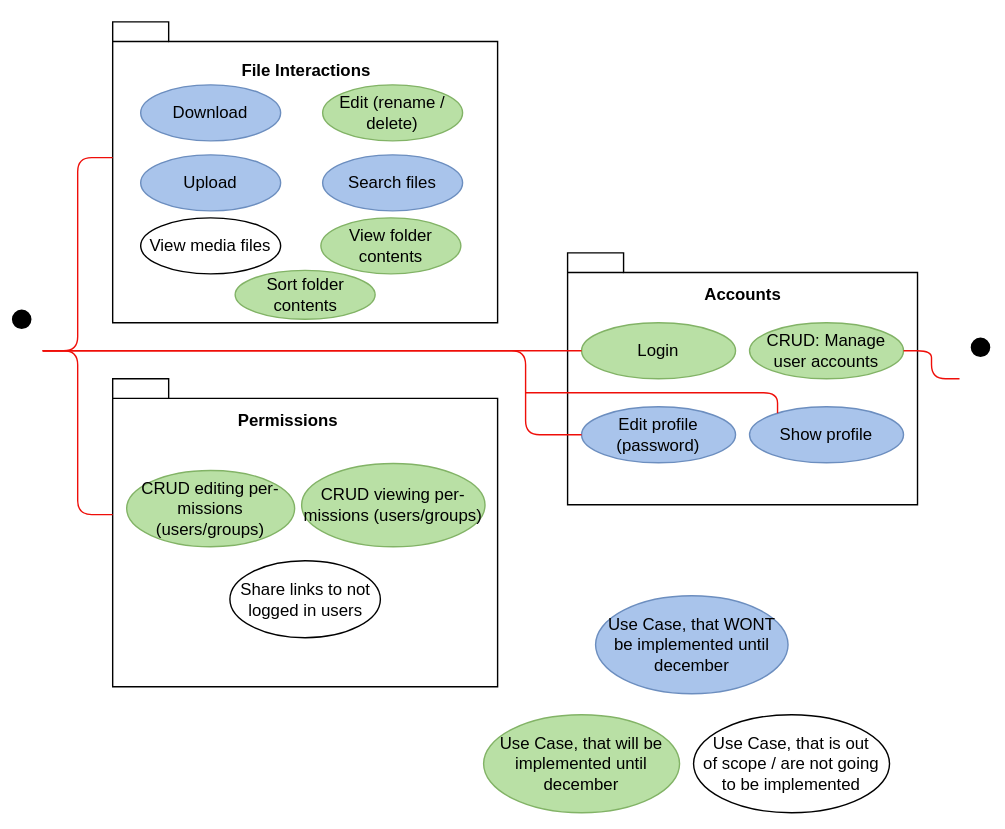
Earlier version of the draw.io export assets/diagrams/usecases.svg (FileFighter/filefighter.github.io). Source tidied: cells renumbered, new cells last; positions are measured from the earlier drawing's top-left corner, leaving out a move shared by most shapes. Its diagram source:
```xml
<mxGraphModel>
  <root>
    <mxCell id="0" />
    <mxCell id="1" parent="0" />
    <mxCell id="2" style="rounded=0;whiteSpace=wrap;html=1;fillColor=none;strokeColor=#FFFFFF;" parent="1" vertex="1">
      <mxGeometry x="45" width="630" height="590" as="geometry" />
    </mxCell>
    <mxCell id="3" value="&lt;font color=&quot;#ffffff&quot;&gt;User&lt;/font&gt;" style="shape=umlActor;verticalLabelPosition=bottom;verticalAlign=top;html=1;strokeColor=#FFFFFF;fillColor=#000000;" parent="1" vertex="1">
      <mxGeometry y="220" width="30" height="60" as="geometry" />
    </mxCell>
    <mxCell id="4" style="shape=folder;fontStyle=1;spacingTop=10;tabWidth=40;tabHeight=14;tabPosition=left;html=1;" parent="1" vertex="1">
      <mxGeometry x="80" y="15" width="275" height="215" as="geometry" />
    </mxCell>
    <mxCell id="5" value="&lt;b&gt;File Interactions&lt;/b&gt;" style="text;html=1;align=center;verticalAlign=middle;" parent="1" vertex="1">
      <mxGeometry x="162.5" y="40" width="110" height="20" as="geometry" />
    </mxCell>
    <mxCell id="6" style="shape=folder;fontStyle=1;spacingTop=10;tabWidth=40;tabHeight=14;tabPosition=left;html=1;" parent="1" vertex="1">
      <mxGeometry x="80" y="270" width="275" height="220" as="geometry" />
    </mxCell>
    <mxCell id="7" value="Permissions" style="text;html=1;align=center;verticalAlign=middle;fontStyle=1;" parent="1" vertex="1">
      <mxGeometry x="160" y="290" width="90" height="20" as="geometry" />
    </mxCell>
    <mxCell id="8" style="shape=folder;fontStyle=1;spacingTop=10;tabWidth=40;tabHeight=14;tabPosition=left;html=1;" parent="1" vertex="1">
      <mxGeometry x="405" y="180" width="250" height="180" as="geometry" />
    </mxCell>
    <mxCell id="9" value="Accounts" style="text;html=1;align=center;verticalAlign=middle;fontStyle=1;" parent="1" vertex="1">
      <mxGeometry x="495" y="200" width="70" height="20" as="geometry" />
    </mxCell>
    <mxCell id="10" value="Download" style="ellipse;whiteSpace=wrap;html=1;strokeColor=#6c8ebf;fillColor=#A9C4EB;" parent="1" vertex="1">
      <mxGeometry x="100" y="60" width="100" height="40" as="geometry" />
    </mxCell>
    <mxCell id="11" value="View folder contents" style="ellipse;whiteSpace=wrap;html=1;strokeColor=#82b366;fillColor=#B9E0A5;" parent="1" vertex="1">
      <mxGeometry x="228.8" y="155" width="100" height="40" as="geometry" />
    </mxCell>
    <mxCell id="12" value="Edit (rename / delete)" style="ellipse;whiteSpace=wrap;html=1;strokeColor=#82b366;fillColor=#B9E0A5;" parent="1" vertex="1">
      <mxGeometry x="230" y="60" width="100" height="40" as="geometry" />
    </mxCell>
    <mxCell id="13" value="CRUD editing per-missions (users/groups)" style="ellipse;whiteSpace=wrap;html=1;strokeColor=#82b366;fillColor=#B9E0A5;" parent="1" vertex="1">
      <mxGeometry x="90" y="335.4" width="120" height="54.5" as="geometry" />
    </mxCell>
    <mxCell id="14" value="&lt;font color=&quot;#ffffff&quot;&gt;Admin&lt;/font&gt;" style="shape=umlActor;verticalLabelPosition=bottom;verticalAlign=top;html=1;fillColor=#000000;strokeColor=#FFFFFF;" parent="1" vertex="1">
      <mxGeometry x="685" y="240" width="30" height="60" as="geometry" />
    </mxCell>
    <mxCell id="15" value="View media files" style="ellipse;whiteSpace=wrap;html=1;" parent="1" vertex="1">
      <mxGeometry x="100" y="155" width="100" height="40" as="geometry" />
    </mxCell>
    <mxCell id="16" value="CRUD&amp;nbsp;viewing per-missions (users/groups)" style="ellipse;whiteSpace=wrap;html=1;strokeColor=#82b366;fillColor=#B9E0A5;" parent="1" vertex="1">
      <mxGeometry x="215" y="330.4" width="131" height="59.5" as="geometry" />
    </mxCell>
    <mxCell id="17" value="Login" style="ellipse;whiteSpace=wrap;html=1;strokeColor=#82b366;fillColor=#B9E0A5;" parent="1" vertex="1">
      <mxGeometry x="415" y="230" width="110" height="40" as="geometry" />
    </mxCell>
    <mxCell id="18" value="Edit profile (password)" style="ellipse;whiteSpace=wrap;html=1;strokeColor=#6c8ebf;fillColor=#A9C4EB;" parent="1" vertex="1">
      <mxGeometry x="415" y="290" width="110" height="40" as="geometry" />
    </mxCell>
    <mxCell id="19" value="Show profile" style="ellipse;whiteSpace=wrap;html=1;strokeColor=#6c8ebf;fillColor=#A9C4EB;" parent="1" vertex="1">
      <mxGeometry x="535" y="290" width="110" height="40" as="geometry" />
    </mxCell>
    <mxCell id="20" value="CRUD: Manage user accounts" style="ellipse;whiteSpace=wrap;html=1;strokeColor=#82b366;fillColor=#B9E0A5;" parent="1" vertex="1">
      <mxGeometry x="535" y="230" width="110" height="40" as="geometry" />
    </mxCell>
    <mxCell id="21" style="endArrow=none;html=1;edgeStyle=orthogonalEdgeStyle;entryX=0;entryY=0;entryDx=0;entryDy=97;entryPerimeter=0;strokeColor=#ef0e09;" parent="1" edge="1" source="3" target="4">
      <mxGeometry relative="1" as="geometry" />
    </mxCell>
    <mxCell id="22" style="endArrow=none;html=1;edgeStyle=orthogonalEdgeStyle;entryX=0;entryY=0;entryDx=0;entryDy=97;entryPerimeter=0;strokeColor=#ef0e09;" parent="1" edge="1" target="6">
      <mxGeometry relative="1" as="geometry">
        <mxPoint x="30" y="250" as="sourcePoint" />
      </mxGeometry>
    </mxCell>
    <mxCell id="23" style="endArrow=none;html=1;edgeStyle=orthogonalEdgeStyle;strokeColor=#ef0e09;" parent="1" edge="1" source="3" target="17">
      <mxGeometry relative="1" as="geometry" />
    </mxCell>
    <mxCell id="24" style="endArrow=none;html=1;edgeStyle=orthogonalEdgeStyle;strokeColor=#ef0e09;" parent="1" edge="1" source="3" target="18">
      <mxGeometry relative="1" as="geometry">
        <Array as="points">
          <mxPoint x="375" y="250" />
          <mxPoint x="375" y="310" />
        </Array>
      </mxGeometry>
    </mxCell>
    <mxCell id="25" value="Use Case, that will be implemented until december" style="ellipse;whiteSpace=wrap;html=1;strokeColor=#82b366;fillColor=#B9E0A5;" parent="1" vertex="1">
      <mxGeometry x="345" y="510" width="140" height="70" as="geometry" />
    </mxCell>
    <mxCell id="26" value="&lt;b&gt;&lt;font color=&quot;#ffffff&quot;&gt;LEGEND:&lt;/font&gt;&lt;/b&gt;" style="text;html=1;align=center;verticalAlign=middle;" parent="1" vertex="1">
      <mxGeometry x="458.8" y="385" width="70" height="20" as="geometry" />
    </mxCell>
    <mxCell id="27" value="Use Case, that WONT&lt;br&gt;be implemented until december" style="ellipse;whiteSpace=wrap;html=1;strokeColor=#6c8ebf;fillColor=#A9C4EB;" parent="1" vertex="1">
      <mxGeometry x="425" y="425" width="137.5" height="70" as="geometry" />
    </mxCell>
    <mxCell id="28" value="Use Case, that is out &lt;br&gt;of scope / are not going to be implemented" style="ellipse;whiteSpace=wrap;html=1;" parent="1" vertex="1">
      <mxGeometry x="495" y="510" width="140" height="70" as="geometry" />
    </mxCell>
    <mxCell id="29" style="endArrow=none;html=1;edgeStyle=orthogonalEdgeStyle;strokeColor=#ef0e09;" parent="1" edge="1" target="20">
      <mxGeometry relative="1" as="geometry">
        <mxPoint x="685" y="270" as="sourcePoint" />
      </mxGeometry>
    </mxCell>
    <mxCell id="30" style="endArrow=none;html=1;edgeStyle=orthogonalEdgeStyle;strokeColor=#ef0e09;" parent="1" edge="1" target="19">
      <mxGeometry relative="1" as="geometry">
        <mxPoint x="375" y="280" as="sourcePoint" />
        <Array as="points">
          <mxPoint x="555" y="280" />
        </Array>
      </mxGeometry>
    </mxCell>
    <mxCell id="31" value="Share links to not logged in users" style="ellipse;whiteSpace=wrap;html=1;" parent="1" vertex="1">
      <mxGeometry x="163.8" y="400" width="107.5" height="55" as="geometry" />
    </mxCell>
    <mxCell id="32" value="Upload" style="ellipse;whiteSpace=wrap;html=1;strokeColor=#6c8ebf;fillColor=#A9C4EB;" parent="1" vertex="1">
      <mxGeometry x="100" y="110" width="100" height="40" as="geometry" />
    </mxCell>
    <mxCell id="33" value="Search files" style="ellipse;whiteSpace=wrap;html=1;strokeColor=#6c8ebf;fillColor=#A9C4EB;" parent="1" vertex="1">
      <mxGeometry x="230" y="110" width="100" height="40" as="geometry" />
    </mxCell>
    <mxCell id="34" value="Sort folder contents" style="ellipse;whiteSpace=wrap;html=1;strokeColor=#82b366;fillColor=#B9E0A5;" parent="1" vertex="1">
      <mxGeometry x="167.5" y="192.5" width="100" height="35" as="geometry" />
    </mxCell>
    <mxCell id="35" style="edgeStyle=orthogonalEdgeStyle;rounded=0;orthogonalLoop=1;jettySize=auto;html=1;exitX=0.5;exitY=1;exitDx=0;exitDy=0;exitPerimeter=0;" parent="1" edge="1" source="6" target="6">
      <mxGeometry relative="1" as="geometry" />
    </mxCell>
    <mxCell id="36" style="edgeStyle=orthogonalEdgeStyle;rounded=0;orthogonalLoop=1;jettySize=auto;html=1;exitX=0.5;exitY=1;exitDx=0;exitDy=0;exitPerimeter=0;" parent="1" edge="1" source="6" target="6">
      <mxGeometry relative="1" as="geometry" />
    </mxCell>
  </root>
</mxGraphModel>
```
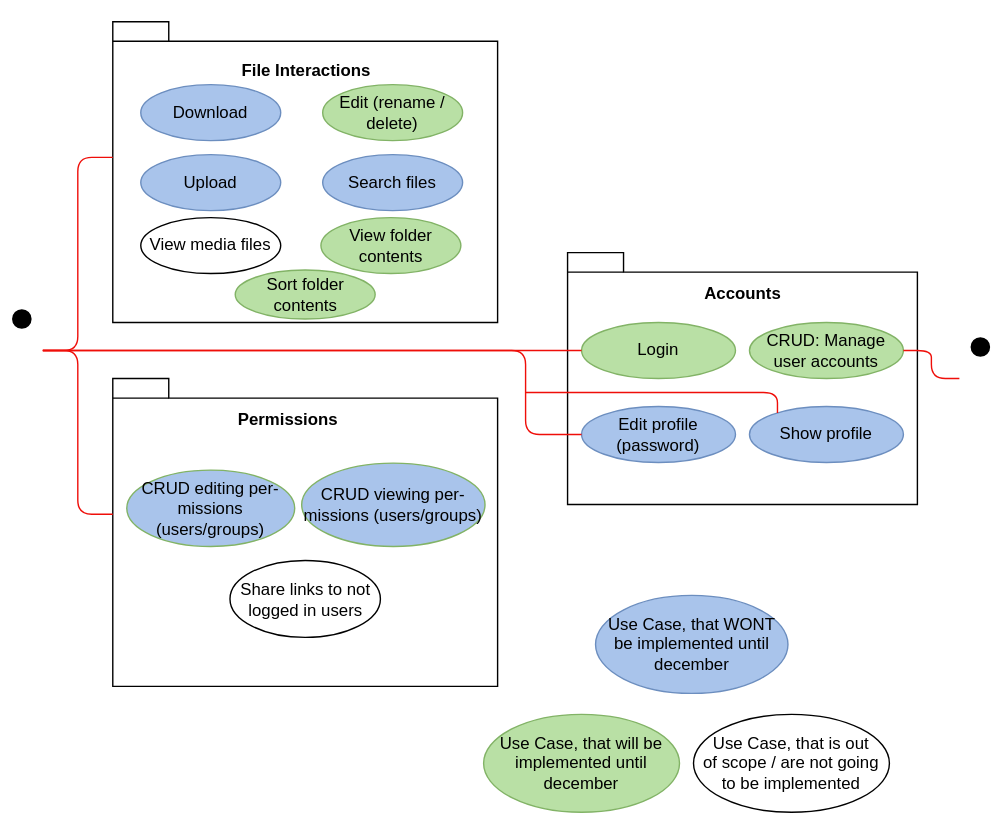
After the commit.

What changed in the source:
```diff
@@ -35,7 +35,7 @@
     <mxCell id="12" value="Edit (rename / delete)" style="ellipse;whiteSpace=wrap;html=1;strokeColor=#82b366;fillColor=#B9E0A5;" parent="1" vertex="1">
       <mxGeometry x="230" y="60" width="100" height="40" as="geometry" />
     </mxCell>
-    <mxCell id="13" value="CRUD editing per-missions (users/groups)" style="ellipse;whiteSpace=wrap;html=1;strokeColor=#82b366;fillColor=#B9E0A5;" parent="1" vertex="1">
+    <mxCell id="13" value="CRUD editing per-missions (users/groups)" style="ellipse;whiteSpace=wrap;html=1;strokeColor=#82b366;fillColor=#A9C4EB;" parent="1" vertex="1">
       <mxGeometry x="90" y="335.4" width="120" height="54.5" as="geometry" />
     </mxCell>
     <mxCell id="14" value="&lt;font color=&quot;#ffffff&quot;&gt;Admin&lt;/font&gt;" style="shape=umlActor;verticalLabelPosition=bottom;verticalAlign=top;html=1;fillColor=#000000;strokeColor=#FFFFFF;" parent="1" vertex="1">
@@ -44,7 +44,7 @@
     <mxCell id="15" value="View media files" style="ellipse;whiteSpace=wrap;html=1;" parent="1" vertex="1">
       <mxGeometry x="100" y="155" width="100" height="40" as="geometry" />
     </mxCell>
-    <mxCell id="16" value="CRUD&amp;nbsp;viewing per-missions (users/groups)" style="ellipse;whiteSpace=wrap;html=1;strokeColor=#82b366;fillColor=#B9E0A5;" parent="1" vertex="1">
+    <mxCell id="16" value="CRUD&amp;nbsp;viewing per-missions (users/groups)" style="ellipse;whiteSpace=wrap;html=1;strokeColor=#82b366;fillColor=#A9C4EB;" parent="1" vertex="1">
       <mxGeometry x="215" y="330.4" width="131" height="59.5" as="geometry" />
     </mxCell>
     <mxCell id="17" value="Login" style="ellipse;whiteSpace=wrap;html=1;strokeColor=#82b366;fillColor=#B9E0A5;" parent="1" vertex="1">
```
